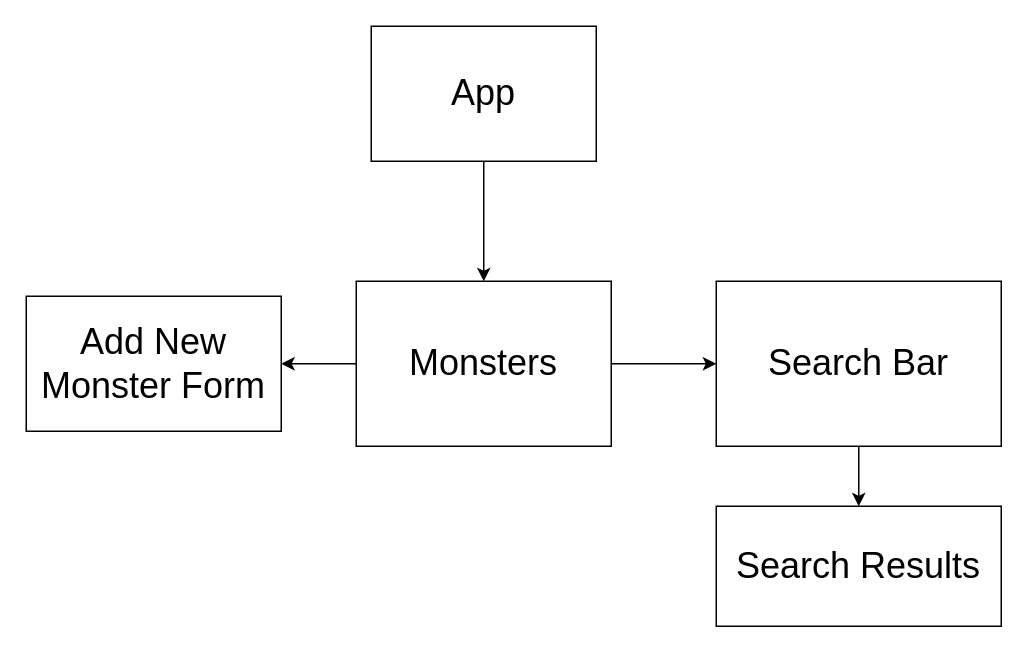
This is src/.drawio from mmtz2108/phase-3-sinatra-my-app-front-end, a draw.io file, before an edit. Source tidied: cells renumbered, new cells numbered last; positions are measured from the earlier drawing's top-left corner, leaving out a move shared by most shapes. Both pictures are drawn from the tidied source at 150%, with x=0, y=0 at pixel (26, 26).
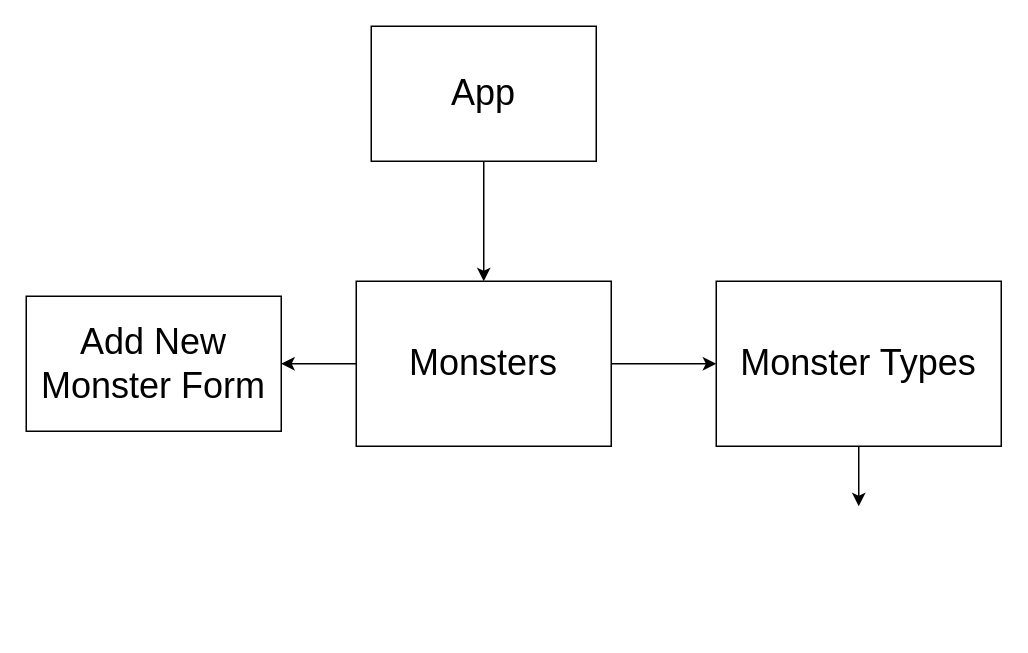
The same page after the edit.

Change to the diagram source:
```diff
@@
 <mxGraphModel>
   <root>
     <mxCell id="0" />
     <mxCell id="1" parent="0" />
     <mxCell id="2" style="edgeStyle=none;html=1;" parent="1" edge="1" source="3" target="6">
       <mxGeometry relative="1" as="geometry" />
     </mxCell>
     <mxCell id="3" value="&lt;font style=&quot;font-size: 24px&quot;&gt;App&lt;/font&gt;" style="rounded=0;whiteSpace=wrap;html=1;" parent="1" vertex="1">
       <mxGeometry x="230" width="150" height="90" as="geometry" />
     </mxCell>
     <mxCell id="4" style="edgeStyle=none;html=1;exitX=1;exitY=0.5;exitDx=0;exitDy=0;fontSize=24;" parent="1" edge="1" source="6" target="7">
       <mxGeometry relative="1" as="geometry" />
     </mxCell>
     <mxCell id="5" style="edgeStyle=none;html=1;fontSize=24;" parent="1" edge="1" source="6">
       <mxGeometry relative="1" as="geometry">
         <mxPoint x="460" y="225" as="targetPoint" />
       </mxGeometry>
     </mxCell>
     <mxCell id="6" value="Monsters" style="rounded=0;whiteSpace=wrap;html=1;fontSize=24;direction=west;" parent="1" vertex="1">
       <mxGeometry x="220" y="170" width="170" height="110" as="geometry" />
     </mxCell>
     <mxCell id="7" value="Add New Monster Form" style="rounded=0;whiteSpace=wrap;html=1;fontSize=24;" parent="1" vertex="1">
       <mxGeometry y="180" width="170" height="90" as="geometry" />
     </mxCell>
-    <mxCell id="8" style="edgeStyle=none;html=1;fontSize=24;" parent="1" edge="1" source="9" target="10">
-      <mxGeometry relative="1" as="geometry" />
+    <mxCell id="8" style="edgeStyle=none;html=1;fontSize=24;" parent="1" edge="1" source="9">
+      <mxGeometry relative="1" as="geometry">
+        <mxPoint x="555" y="320" as="targetPoint" />
+      </mxGeometry>
     </mxCell>
-    <mxCell id="9" value="Search Bar" style="rounded=0;whiteSpace=wrap;html=1;fontSize=24;" parent="1" vertex="1">
+    <mxCell id="9" value="Monster Types" style="rounded=0;whiteSpace=wrap;html=1;fontSize=24;" parent="1" vertex="1">
       <mxGeometry x="460" y="170" width="190" height="110" as="geometry" />
     </mxCell>
-    <mxCell id="10" value="Search Results" style="rounded=0;whiteSpace=wrap;html=1;fontSize=24;" parent="1" vertex="1">
-      <mxGeometry x="460" y="320" width="190" height="80" as="geometry" />
-    </mxCell>
   </root>
 </mxGraphModel>
```
